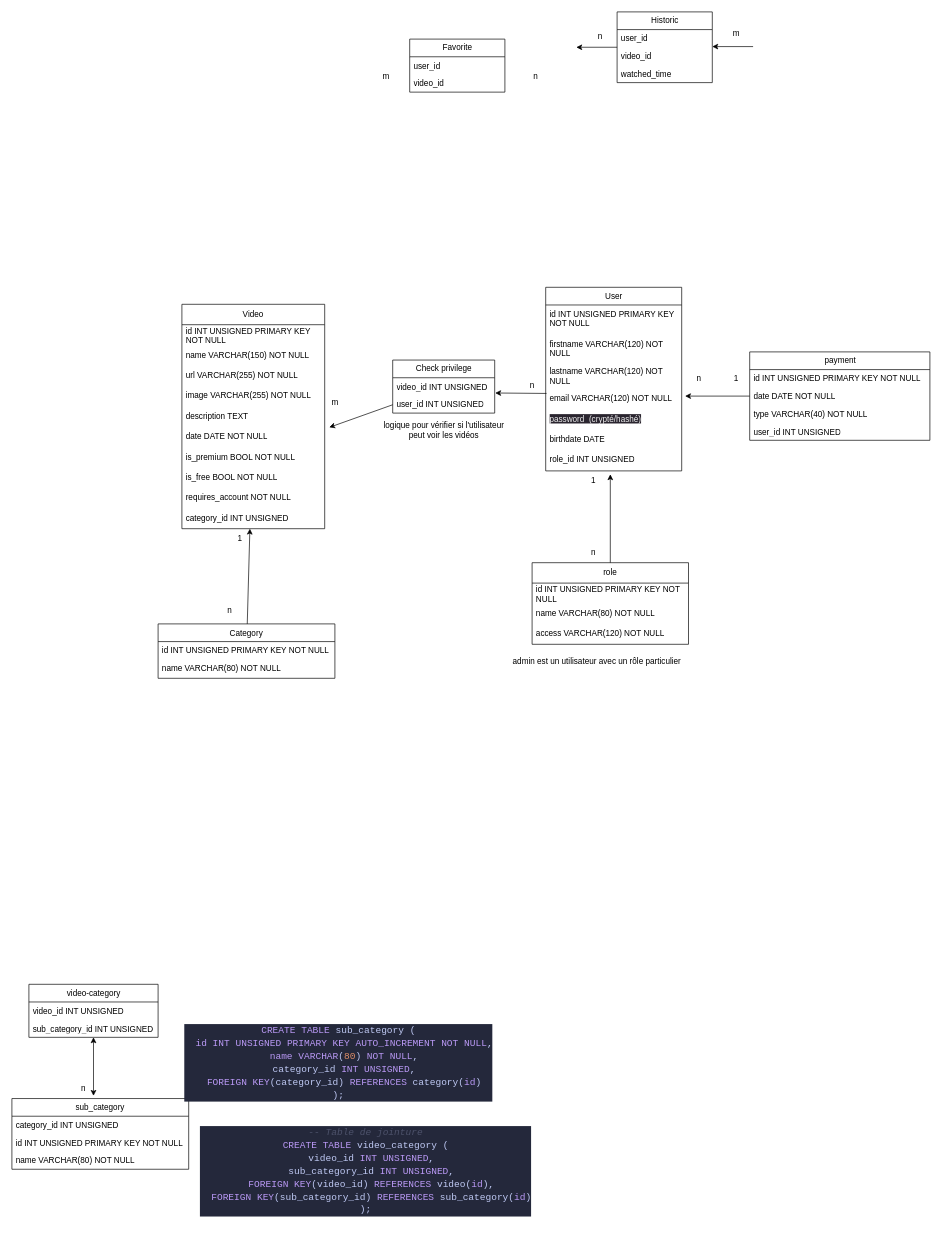
The draw.io diagram page "MPD" (3 of 3) of server/modélisation-BDD.dio in WildCodeSchool-2024-02/WildCodeSchool-2024-02-JS-Remote-JavaScrypte-P3-DigiCode, before the edit. Source tidied: cells renumbered, new cells numbered last; positions are measured from the earlier drawing's top-left corner, leaving out a move shared by most shapes. Both pictures are drawn from the tidied source at 68%, with x=0, y=0 at pixel (12, 12).
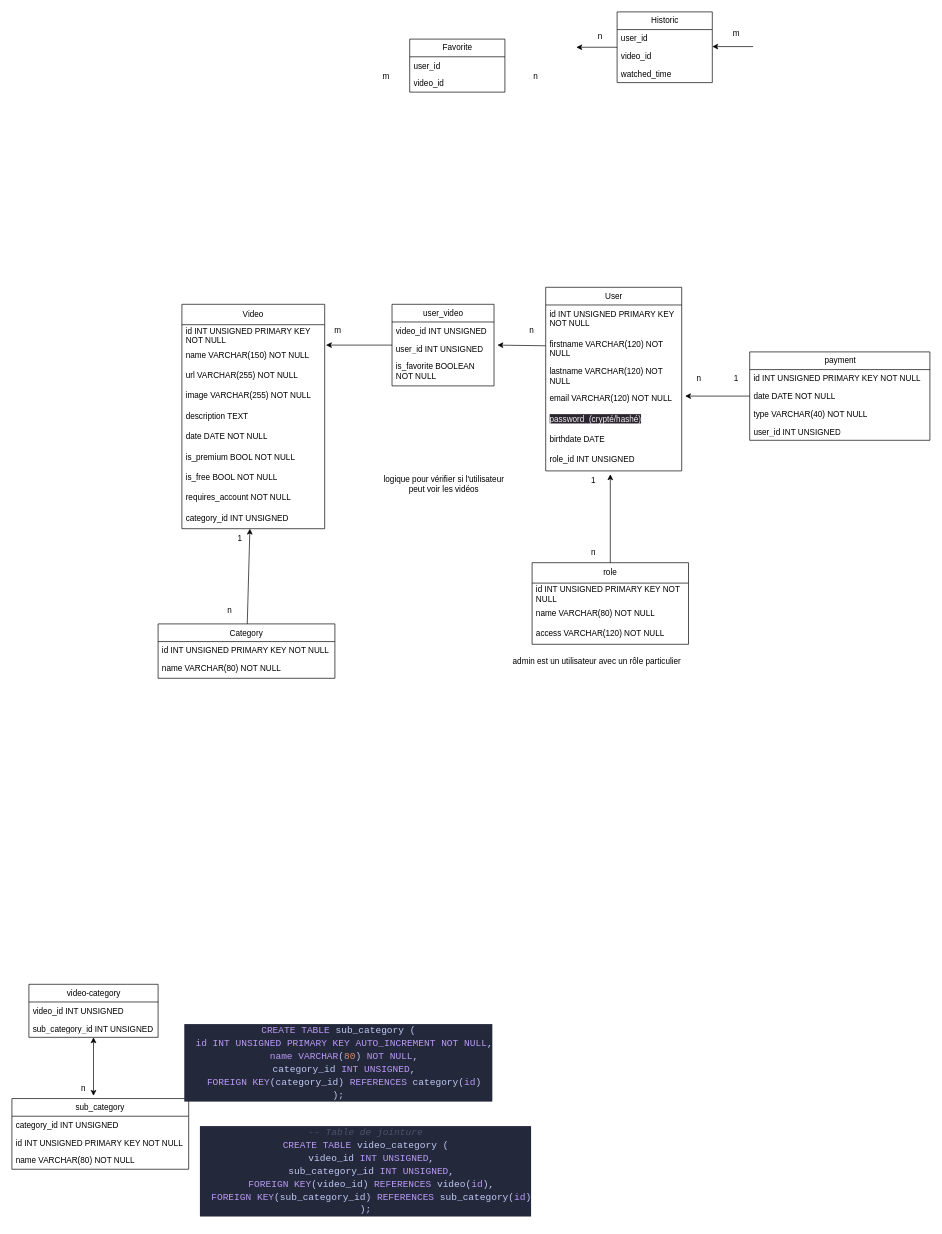
The same diagram, later.

Commit message (it also covers changes not shown here):
fix(schema.sql): added is_favorite to 'user_video'

Unchanged cells that the change refers to:
```xml
<mxCell id="7" value="description TEXT" style="text;strokeColor=none;fillColor=none;align=left;verticalAlign=middle;spacingLeft=4;spacingRight=4;overflow=hidden;points=[[0,0.5],[1,0.5]];portConstraint=eastwest;whiteSpace=wrap;html=1;" parent="2" vertex="1">
  <mxGeometry y="150" width="210" height="30" as="geometry" />
</mxCell>
<mxCell id="18" value="email VARCHAR(120) NOT NULL" style="text;strokeColor=none;fillColor=none;align=left;verticalAlign=top;spacingLeft=4;spacingRight=4;overflow=hidden;points=[[0,0.5],[1,0.5]];portConstraint=eastwest;whiteSpace=wrap;html=1;" parent="14" vertex="1">
  <mxGeometry y="150" width="200" height="30" as="geometry" />
</mxCell>
<mxCell id="54" value="video_id INT UNSIGNED" style="text;strokeColor=none;fillColor=none;align=left;verticalAlign=top;spacingLeft=4;spacingRight=4;overflow=hidden;points=[[0,0.5],[1,0.5]];portConstraint=eastwest;whiteSpace=wrap;html=1;" parent="53" vertex="1">
  <mxGeometry y="26" width="150" height="26" as="geometry" />
</mxCell>
```

The edit, as a diff of the source:
```diff
@@
-    <mxCell id="13" style="edgeStyle=none;html=1;entryX=1.005;entryY=0.863;entryDx=0;entryDy=0;entryPerimeter=0;exitX=0.006;exitY=0.203;exitDx=0;exitDy=0;exitPerimeter=0;" parent="1" edge="1" source="18" target="54">
+    <mxCell id="13" style="edgeStyle=none;html=1;entryX=1.033;entryY=1.308;entryDx=0;entryDy=0;entryPerimeter=0;exitX=1.2;exitY=1.267;exitDx=0;exitDy=0;exitPerimeter=0;" parent="1" edge="1" source="65" target="54">
       <mxGeometry relative="1" as="geometry" />
     </mxCell>
@@
-    <mxCell id="52" style="edgeStyle=none;html=1;entryX=1.032;entryY=1.033;entryDx=0;entryDy=0;entryPerimeter=0;" parent="1" edge="1" source="53" target="7">
-      <mxGeometry relative="1" as="geometry" />
+    <mxCell id="52" style="edgeStyle=none;html=1;entryX=1.014;entryY=0.733;entryDx=0;entryDy=0;entryPerimeter=0;" parent="1" edge="1" source="53">
+      <mxGeometry relative="1" as="geometry">
+        <mxPoint x="461.9" y="490" as="targetPoint" />
+      </mxGeometry>
     </mxCell>
-    <mxCell id="53" value="Check privilege" style="swimlane;fontStyle=0;horizontal=1;startSize=26;fillColor=none;html=1;" parent="1" vertex="1">
-      <mxGeometry x="560" y="512" width="150" height="78" as="geometry" />
+    <mxCell id="53" value="user_video" style="swimlane;fontStyle=0;horizontal=1;startSize=26;fillColor=none;html=1;" parent="1" vertex="1">
+      <mxGeometry x="559" y="430" width="150" height="120" as="geometry" />
     </mxCell>
@@
+    <mxCell id="75" value="is_favorite BOOLEAN NOT NULL" style="text;strokeColor=none;fillColor=none;align=left;verticalAlign=top;spacingLeft=4;spacingRight=4;overflow=hidden;whiteSpace=wrap;html=1;" parent="53" vertex="1">
+      <mxGeometry y="78" width="150" height="42" as="geometry" />
+    </mxCell>
@@
     <mxCell id="64" value="m" style="text;html=1;align=center;verticalAlign=middle;strokeColor=none;fillColor=none;" parent="1" vertex="1">
-      <mxGeometry x="460" y="560" width="30" height="30" as="geometry" />
+      <mxGeometry x="464" y="453" width="30" height="30" as="geometry" />
     </mxCell>
     <mxCell id="65" value="n" style="text;html=1;align=center;verticalAlign=middle;points=[];strokeColor=none;fillColor=none;" parent="1" vertex="1">
-      <mxGeometry x="750" y="535" width="30" height="30" as="geometry" />
+      <mxGeometry x="749" y="453" width="30" height="30" as="geometry" />
     </mxCell>
     <mxCell id="66" value="logique pour vérifier si l'utilisateur&lt;br&gt;peut voir les vidéos" style="text;html=1;align=center;verticalAlign=middle;strokeColor=none;fillColor=none;" parent="1" vertex="1">
-      <mxGeometry x="535" y="595" width="200" height="40" as="geometry" />
+      <mxGeometry x="535" y="675" width="200" height="40" as="geometry" />
     </mxCell>
```
